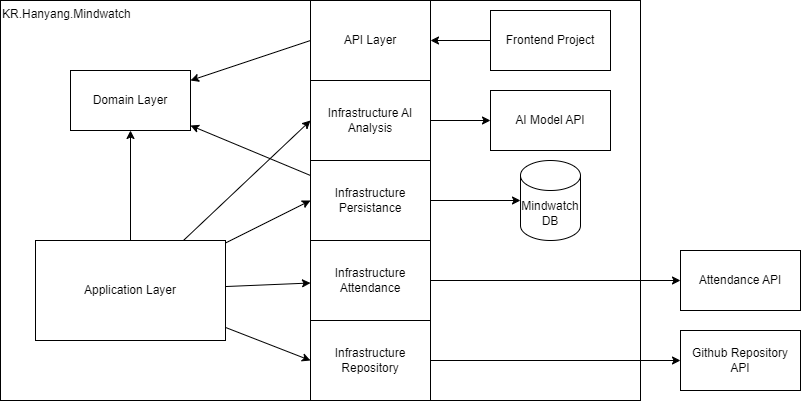
The draw.io diagram docs/DiagramArchitectureBackend.drawio.png in Creebos/Mindwatch, before a commit. Source tidied: cells renumbered, new cells last; positions are measured from the earlier drawing's top-left corner, leaving out a move shared by most shapes. Source of this version:
```xml
<mxGraphModel>
  <root>
    <mxCell id="0" />
    <mxCell id="1" parent="0" />
    <mxCell id="2" value="KR.Hanyang.Mindwatch" style="rounded=0;whiteSpace=wrap;html=1;align=left;verticalAlign=top;" parent="1" vertex="1">
      <mxGeometry width="640" height="400" as="geometry" />
    </mxCell>
    <mxCell id="3" value="Domain Layer" style="rounded=0;whiteSpace=wrap;html=1;" parent="1" vertex="1">
      <mxGeometry x="70" y="70" width="120" height="60" as="geometry" />
    </mxCell>
    <mxCell id="4" style="edgeStyle=none;html=1;" parent="1" edge="1" source="9" target="3">
      <mxGeometry relative="1" as="geometry" />
    </mxCell>
    <mxCell id="5" style="edgeStyle=none;html=1;entryX=0;entryY=0.5;entryDx=0;entryDy=0;" parent="1" edge="1" source="9" target="14">
      <mxGeometry relative="1" as="geometry" />
    </mxCell>
    <mxCell id="6" style="edgeStyle=none;html=1;entryX=0;entryY=0.5;entryDx=0;entryDy=0;" parent="1" edge="1" source="9" target="12">
      <mxGeometry relative="1" as="geometry" />
    </mxCell>
    <mxCell id="7" style="edgeStyle=none;html=1;" parent="1" edge="1" source="9" target="20">
      <mxGeometry relative="1" as="geometry" />
    </mxCell>
    <mxCell id="8" style="edgeStyle=none;html=1;entryX=0;entryY=0.5;entryDx=0;entryDy=0;" parent="1" edge="1" source="9" target="22">
      <mxGeometry relative="1" as="geometry" />
    </mxCell>
    <mxCell id="9" value="Application Layer" style="rounded=0;whiteSpace=wrap;html=1;" parent="1" vertex="1">
      <mxGeometry x="35" y="240" width="190" height="100" as="geometry" />
    </mxCell>
    <mxCell id="10" style="edgeStyle=none;html=1;" parent="1" edge="1" source="12" target="24">
      <mxGeometry relative="1" as="geometry" />
    </mxCell>
    <mxCell id="11" style="edgeStyle=none;html=1;" parent="1" edge="1" source="12" target="3">
      <mxGeometry relative="1" as="geometry" />
    </mxCell>
    <mxCell id="12" value="Infrastructure Persistance" style="rounded=0;whiteSpace=wrap;html=1;" parent="1" vertex="1">
      <mxGeometry x="310" y="160" width="120" height="80" as="geometry" />
    </mxCell>
    <mxCell id="13" style="edgeStyle=none;html=1;" parent="1" edge="1" source="14" target="23">
      <mxGeometry relative="1" as="geometry" />
    </mxCell>
    <mxCell id="14" value="Infrastructure AI Analysis" style="rounded=0;whiteSpace=wrap;html=1;" parent="1" vertex="1">
      <mxGeometry x="310" y="80" width="120" height="80" as="geometry" />
    </mxCell>
    <mxCell id="15" style="edgeStyle=none;html=1;exitX=0;exitY=0.5;exitDx=0;exitDy=0;" parent="1" edge="1" source="16" target="3">
      <mxGeometry relative="1" as="geometry" />
    </mxCell>
    <mxCell id="16" value="API Layer" style="rounded=0;whiteSpace=wrap;html=1;" parent="1" vertex="1">
      <mxGeometry x="310" width="120" height="80" as="geometry" />
    </mxCell>
    <mxCell id="17" style="edgeStyle=none;html=1;" parent="1" edge="1" source="18" target="16">
      <mxGeometry relative="1" as="geometry" />
    </mxCell>
    <mxCell id="18" value="Frontend Project" style="rounded=0;whiteSpace=wrap;html=1;" parent="1" vertex="1">
      <mxGeometry x="490" y="10" width="120" height="60" as="geometry" />
    </mxCell>
    <mxCell id="19" style="edgeStyle=none;html=1;" parent="1" edge="1" source="20" target="25">
      <mxGeometry relative="1" as="geometry" />
    </mxCell>
    <mxCell id="20" value="Infrastructure Attendance" style="rounded=0;whiteSpace=wrap;html=1;" parent="1" vertex="1">
      <mxGeometry x="310" y="240" width="120" height="80" as="geometry" />
    </mxCell>
    <mxCell id="21" style="edgeStyle=none;html=1;" parent="1" edge="1" source="22" target="26">
      <mxGeometry relative="1" as="geometry" />
    </mxCell>
    <mxCell id="22" value="Infrastructure Repository" style="rounded=0;whiteSpace=wrap;html=1;" parent="1" vertex="1">
      <mxGeometry x="310" y="320" width="120" height="80" as="geometry" />
    </mxCell>
    <mxCell id="23" value="AI Model API" style="rounded=0;whiteSpace=wrap;html=1;" parent="1" vertex="1">
      <mxGeometry x="490" y="90" width="120" height="60" as="geometry" />
    </mxCell>
    <mxCell id="24" value="Mindwatch DB" style="shape=cylinder3;whiteSpace=wrap;html=1;boundedLbl=1;backgroundOutline=1;size=15;" parent="1" vertex="1">
      <mxGeometry x="520" y="160" width="60" height="80" as="geometry" />
    </mxCell>
    <mxCell id="25" value="Attendance API" style="rounded=0;whiteSpace=wrap;html=1;" parent="1" vertex="1">
      <mxGeometry x="680" y="250" width="120" height="60" as="geometry" />
    </mxCell>
    <mxCell id="26" value="Github Repository API" style="rounded=0;whiteSpace=wrap;html=1;" parent="1" vertex="1">
      <mxGeometry x="680" y="330" width="120" height="60" as="geometry" />
    </mxCell>
  </root>
</mxGraphModel>
```
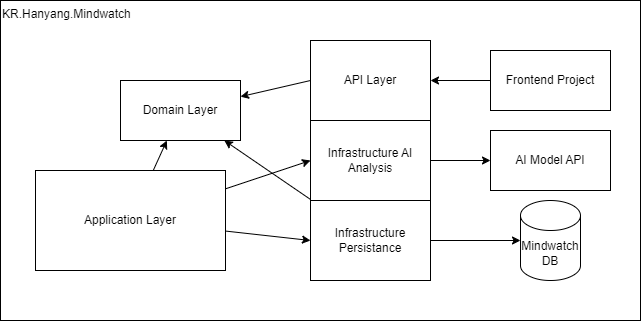
Later version of the same file.

What changed in the source:
```diff
@@ -3,10 +3,10 @@
     <mxCell id="0" />
     <mxCell id="1" parent="0" />
     <mxCell id="2" value="KR.Hanyang.Mindwatch" style="rounded=0;whiteSpace=wrap;html=1;align=left;verticalAlign=top;" parent="1" vertex="1">
-      <mxGeometry width="640" height="400" as="geometry" />
+      <mxGeometry y="-40" width="640" height="320" as="geometry" />
     </mxCell>
     <mxCell id="3" value="Domain Layer" style="rounded=0;whiteSpace=wrap;html=1;" parent="1" vertex="1">
-      <mxGeometry x="70" y="70" width="120" height="60" as="geometry" />
+      <mxGeometry x="120" y="40" width="120" height="60" as="geometry" />
     </mxCell>
     <mxCell id="4" style="edgeStyle=none;html=1;" parent="1" edge="1" source="9" target="3">
       <mxGeometry relative="1" as="geometry" />
@@ -17,14 +17,8 @@
     <mxCell id="6" style="edgeStyle=none;html=1;entryX=0;entryY=0.5;entryDx=0;entryDy=0;" parent="1" edge="1" source="9" target="12">
       <mxGeometry relative="1" as="geometry" />
     </mxCell>
-    <mxCell id="7" style="edgeStyle=none;html=1;" parent="1" edge="1" source="9" target="20">
-      <mxGeometry relative="1" as="geometry" />
-    </mxCell>
-    <mxCell id="8" style="edgeStyle=none;html=1;entryX=0;entryY=0.5;entryDx=0;entryDy=0;" parent="1" edge="1" source="9" target="22">
-      <mxGeometry relative="1" as="geometry" />
-    </mxCell>
     <mxCell id="9" value="Application Layer" style="rounded=0;whiteSpace=wrap;html=1;" parent="1" vertex="1">
-      <mxGeometry x="35" y="240" width="190" height="100" as="geometry" />
+      <mxGeometry x="35" y="130" width="190" height="100" as="geometry" />
     </mxCell>
     <mxCell id="10" style="edgeStyle=none;html=1;" parent="1" edge="1" source="12" target="24">
       <mxGeometry relative="1" as="geometry" />
@@ -53,29 +47,11 @@
     <mxCell id="18" value="Frontend Project" style="rounded=0;whiteSpace=wrap;html=1;" parent="1" vertex="1">
       <mxGeometry x="490" y="10" width="120" height="60" as="geometry" />
     </mxCell>
-    <mxCell id="19" style="edgeStyle=none;html=1;" parent="1" edge="1" source="20" target="25">
-      <mxGeometry relative="1" as="geometry" />
-    </mxCell>
-    <mxCell id="20" value="Infrastructure Attendance" style="rounded=0;whiteSpace=wrap;html=1;" parent="1" vertex="1">
-      <mxGeometry x="310" y="240" width="120" height="80" as="geometry" />
-    </mxCell>
-    <mxCell id="21" style="edgeStyle=none;html=1;" parent="1" edge="1" source="22" target="26">
-      <mxGeometry relative="1" as="geometry" />
-    </mxCell>
-    <mxCell id="22" value="Infrastructure Repository" style="rounded=0;whiteSpace=wrap;html=1;" parent="1" vertex="1">
-      <mxGeometry x="310" y="320" width="120" height="80" as="geometry" />
-    </mxCell>
     <mxCell id="23" value="AI Model API" style="rounded=0;whiteSpace=wrap;html=1;" parent="1" vertex="1">
       <mxGeometry x="490" y="90" width="120" height="60" as="geometry" />
     </mxCell>
     <mxCell id="24" value="Mindwatch DB" style="shape=cylinder3;whiteSpace=wrap;html=1;boundedLbl=1;backgroundOutline=1;size=15;" parent="1" vertex="1">
       <mxGeometry x="520" y="160" width="60" height="80" as="geometry" />
     </mxCell>
-    <mxCell id="25" value="Attendance API" style="rounded=0;whiteSpace=wrap;html=1;" parent="1" vertex="1">
-      <mxGeometry x="680" y="250" width="120" height="60" as="geometry" />
-    </mxCell>
-    <mxCell id="26" value="Github Repository API" style="rounded=0;whiteSpace=wrap;html=1;" parent="1" vertex="1">
-      <mxGeometry x="680" y="330" width="120" height="60" as="geometry" />
-    </mxCell>
   </root>
 </mxGraphModel>
```
